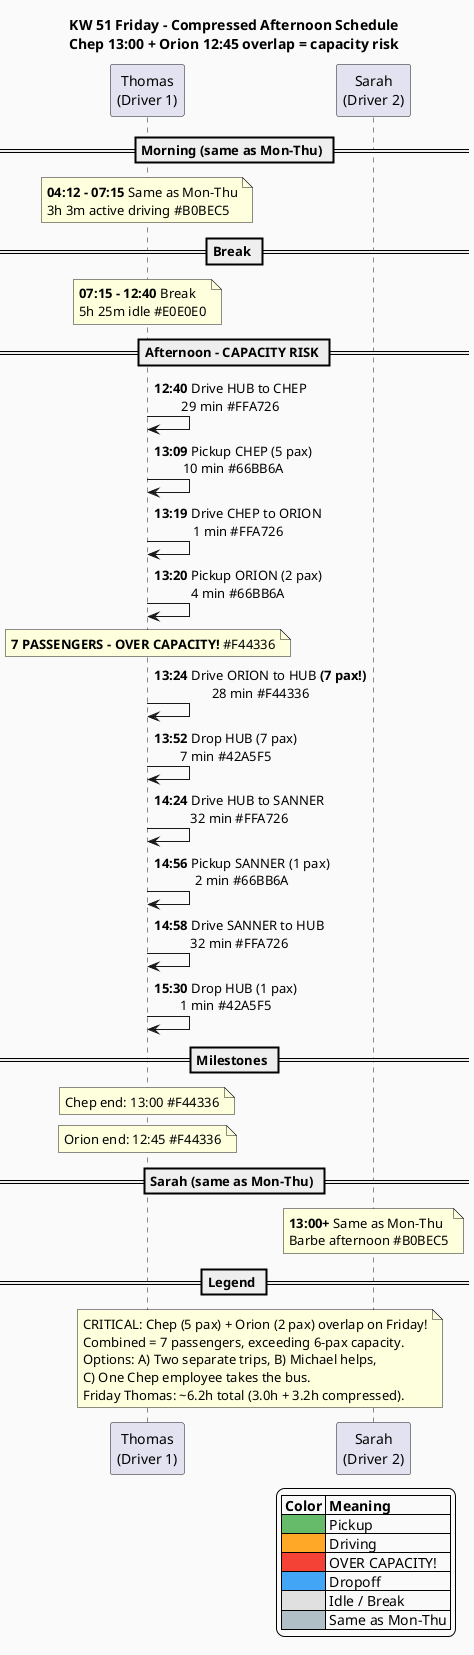
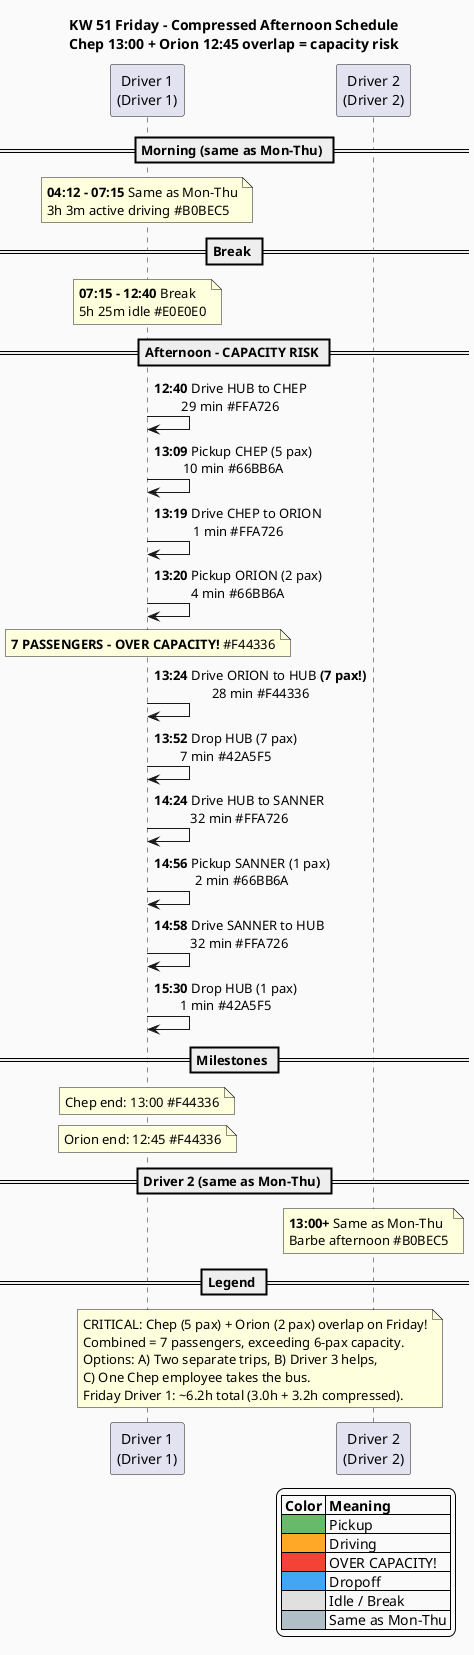
@startuml KW51_Friday_Gantt
skinparam backgroundColor #FAFAFA
skinparam defaultFontName Helvetica
skinparam sequenceMessageAlign center

title KW 51 Friday - Compressed Afternoon Schedule\nChep 13:00 + Orion 12:45 overlap = capacity risk

- participant "Thomas\n(Driver 1)" as T
- participant "Sarah\n(Driver 2)" as S
+ participant "Driver 1\n(Driver 1)" as T
+ participant "Driver 2\n(Driver 2)" as S

== Morning (same as Mon-Thu) ==

note over T : **04:12 - 07:15** Same as Mon-Thu\n3h 3m active driving #B0BEC5

== Break ==

note over T : **07:15 - 12:40** Break\n5h 25m idle #E0E0E0

== Afternoon - CAPACITY RISK ==

T -> T : **12:40** Drive HUB to CHEP\n29 min #FFA726
T -> T : **13:09** Pickup CHEP (5 pax)\n10 min #66BB6A
T -> T : **13:19** Drive CHEP to ORION\n1 min #FFA726
T -> T : **13:20** Pickup ORION (2 pax)\n4 min #66BB6A
note over T : <b>7 PASSENGERS - OVER CAPACITY!</b> #F44336
T -> T : **13:24** Drive ORION to HUB **(7 pax!)**\n28 min #F44336
T -> T : **13:52** Drop HUB (7 pax)\n7 min #42A5F5

T -> T : **14:24** Drive HUB to SANNER\n32 min #FFA726
T -> T : **14:56** Pickup SANNER (1 pax)\n2 min #66BB6A
T -> T : **14:58** Drive SANNER to HUB\n32 min #FFA726
T -> T : **15:30** Drop HUB (1 pax)\n1 min #42A5F5

== Milestones ==

note over T : Chep end: 13:00 #F44336
note over T : Orion end: 12:45 #F44336

- == Sarah (same as Mon-Thu) ==
+ == Driver 2 (same as Mon-Thu) ==

note over S : **13:00+** Same as Mon-Thu\nBarbe afternoon #B0BEC5

== Legend ==

legend right
  |= Color |= Meaning |
  |<#66BB6A>  | Pickup |
  |<#FFA726>  | Driving |
  |<#F44336>  | OVER CAPACITY! |
  |<#42A5F5>  | Dropoff |
  |<#E0E0E0>  | Idle / Break |
  |<#B0BEC5>  | Same as Mon-Thu |
endlegend

note over T, S
  CRITICAL: Chep (5 pax) + Orion (2 pax) overlap on Friday!
  Combined = 7 passengers, exceeding 6-pax capacity.
-   Options: A) Two separate trips, B) Michael helps,
+   Options: A) Two separate trips, B) Driver 3 helps,
  C) One Chep employee takes the bus.
-   Friday Thomas: ~6.2h total (3.0h + 3.2h compressed).
+   Friday Driver 1: ~6.2h total (3.0h + 3.2h compressed).
end note

@enduml
